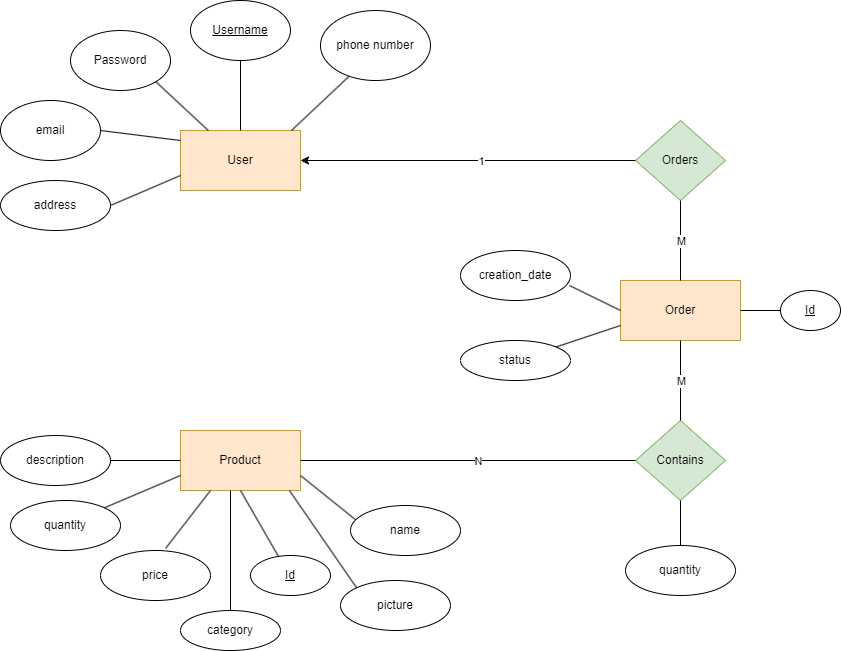
This is Docs/adatmodel.png from ETomi24/Webshop-backend, a draw.io export, as it was before one commit. Source tidied: cells renumbered, new cells last; positions are measured from the earlier drawing's top-left corner, leaving out a move shared by most shapes.
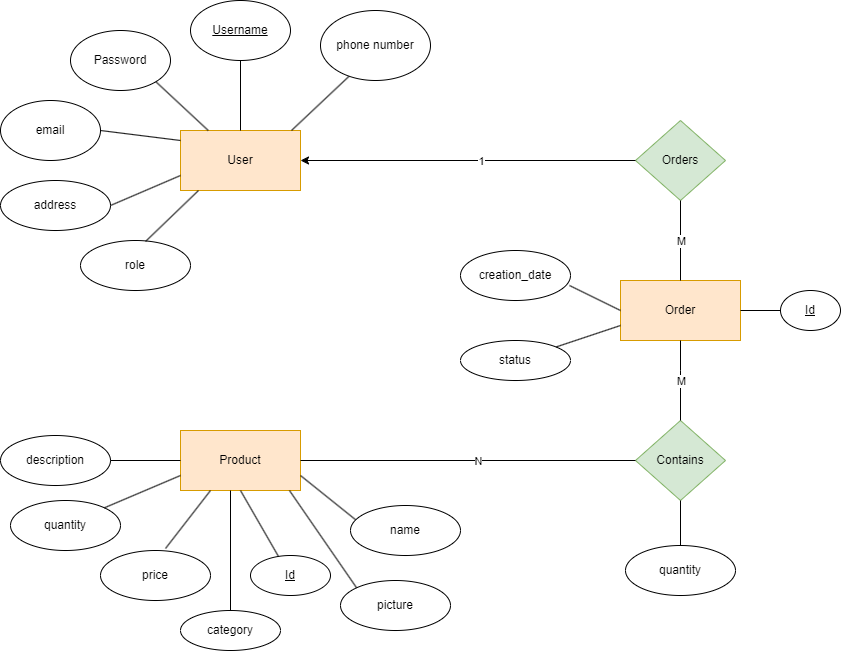
After the change.

Diff of the diagram source:
```diff
@@ -151,5 +151,11 @@
     <mxCell id="46" style="endArrow=none;html=1;rounded=0;exitX=0;exitY=0.75;exitDx=0;exitDy=0;" parent="1" edge="1" source="16" target="45">
       <mxGeometry relative="1" as="geometry" />
     </mxCell>
+    <mxCell id="47" value="role" style="ellipse;whiteSpace=wrap;html=1;" parent="1" vertex="1">
+      <mxGeometry x="80" y="240" width="110" height="50" as="geometry" />
+    </mxCell>
+    <mxCell id="48" style="endArrow=none;html=1;rounded=0;exitX=0.15;exitY=1;exitDx=0;exitDy=0;entryX=0.591;entryY=0.02;entryDx=0;entryDy=0;entryPerimeter=0;exitPerimeter=0;" parent="1" edge="1" source="2" target="47">
+      <mxGeometry relative="1" as="geometry" />
+    </mxCell>
   </root>
 </mxGraphModel>
```
